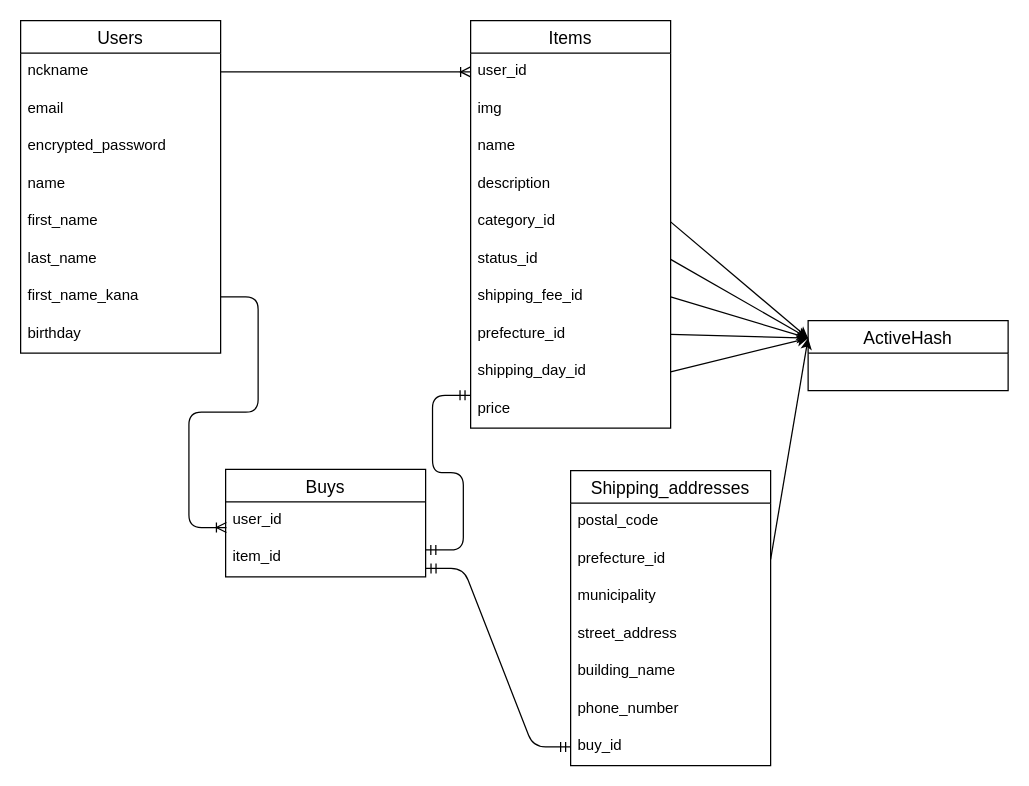
The draw.io diagram er.dio in m724tmy/furima-41327, before the edit. Source tidied: cells renumbered, new cells numbered last; positions are measured from the earlier drawing's top-left corner, leaving out a move shared by most shapes. Both pictures are drawn from the tidied source at 125%, with x=0, y=0 at pixel (20, 20).
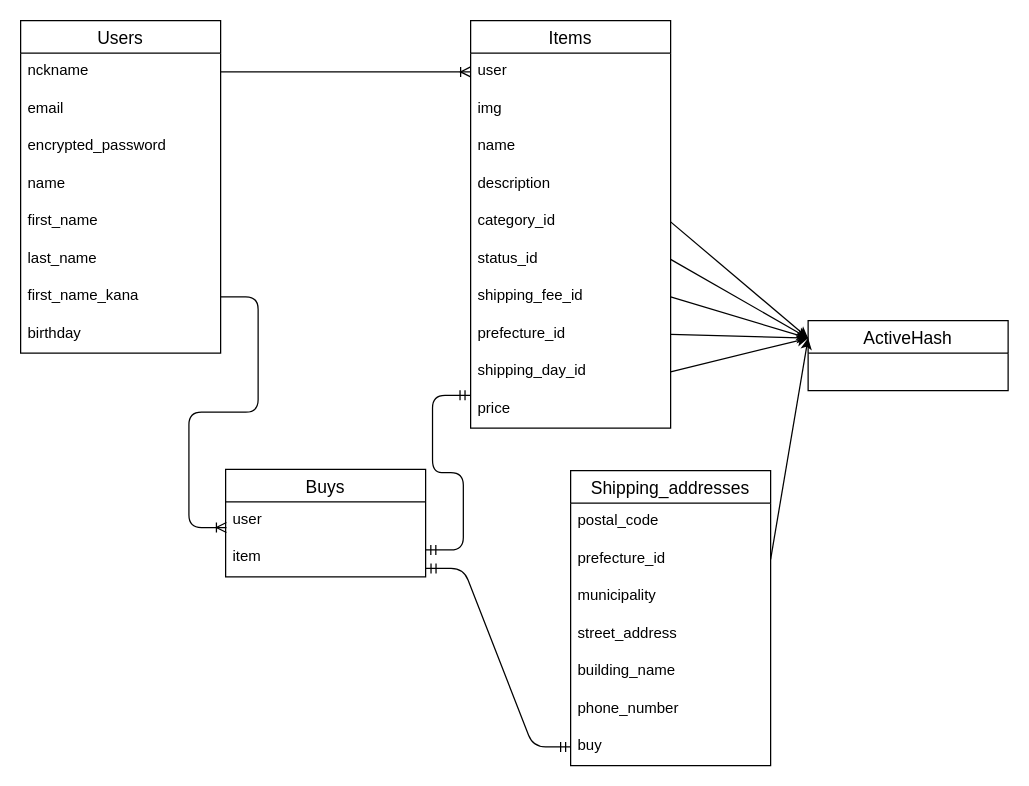
The same diagram, later.

The change refers to these unchanged cells:
```xml
<mxCell id="11" value="Items" style="swimlane;fontStyle=0;horizontal=1;startSize=26;align=center;fontSize=14;" parent="1" vertex="1">
  <mxGeometry x="360" width="160" height="326" as="geometry" />
</mxCell>
<mxCell id="22" value="Buys" style="swimlane;fontStyle=0;horizontal=1;startSize=26;align=center;fontSize=14;" parent="1" vertex="1">
  <mxGeometry x="164" y="359" width="160" height="86" as="geometry" />
</mxCell>
<mxCell id="25" value="Shipping_addresses" style="swimlane;fontStyle=0;horizontal=1;startSize=26;align=center;fontSize=14;" parent="1" vertex="1">
  <mxGeometry x="440" y="360" width="160" height="236" as="geometry" />
</mxCell>
```

The edit, as a diff of the source:
```diff
@@
-    <mxCell id="12" value="user_id" style="text;strokeColor=none;fillColor=none;spacingLeft=4;spacingRight=4;overflow=hidden;points=[[0,0.5],[1,0.5]];portConstraint=eastwest;fontSize=12;" parent="11" vertex="1">
+    <mxCell id="12" value="user" style="text;strokeColor=none;fillColor=none;spacingLeft=4;spacingRight=4;overflow=hidden;points=[[0,0.5],[1,0.5]];portConstraint=eastwest;fontSize=12;" parent="11" vertex="1">
       <mxGeometry y="26" width="160" height="30" as="geometry" />
     </mxCell>
@@
-    <mxCell id="23" value="user_id" style="text;strokeColor=none;fillColor=none;spacingLeft=4;spacingRight=4;overflow=hidden;points=[[0,0.5],[1,0.5]];portConstraint=eastwest;fontSize=12;" parent="22" vertex="1">
+    <mxCell id="23" value="user" style="text;strokeColor=none;fillColor=none;spacingLeft=4;spacingRight=4;overflow=hidden;points=[[0,0.5],[1,0.5]];portConstraint=eastwest;fontSize=12;" parent="22" vertex="1">
       <mxGeometry y="26" width="160" height="30" as="geometry" />
     </mxCell>
-    <mxCell id="24" value="item_id" style="text;strokeColor=none;fillColor=none;spacingLeft=4;spacingRight=4;overflow=hidden;points=[[0,0.5],[1,0.5]];portConstraint=eastwest;fontSize=12;" parent="22" vertex="1">
+    <mxCell id="24" value="item" style="text;strokeColor=none;fillColor=none;spacingLeft=4;spacingRight=4;overflow=hidden;points=[[0,0.5],[1,0.5]];portConstraint=eastwest;fontSize=12;" parent="22" vertex="1">
       <mxGeometry y="56" width="160" height="30" as="geometry" />
     </mxCell>
@@
-    <mxCell id="32" value="buy_id" style="text;strokeColor=none;fillColor=none;spacingLeft=4;spacingRight=4;overflow=hidden;points=[[0,0.5],[1,0.5]];portConstraint=eastwest;fontSize=12;" parent="25" vertex="1">
+    <mxCell id="32" value="buy" style="text;strokeColor=none;fillColor=none;spacingLeft=4;spacingRight=4;overflow=hidden;points=[[0,0.5],[1,0.5]];portConstraint=eastwest;fontSize=12;" parent="25" vertex="1">
       <mxGeometry y="206" width="160" height="30" as="geometry" />
     </mxCell>
```
